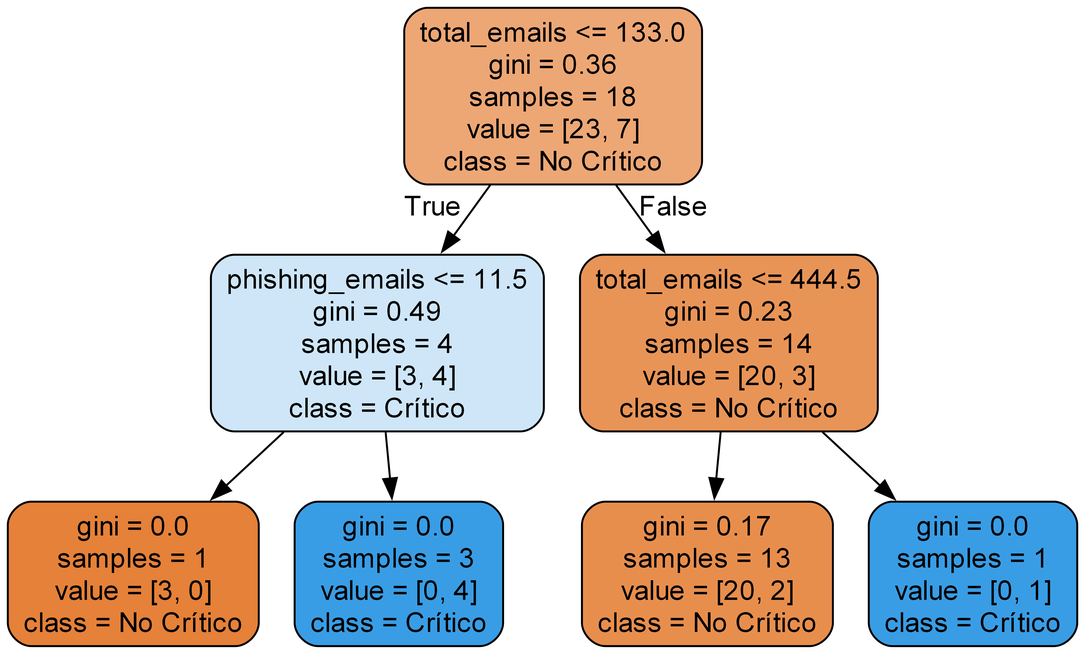
The Graphviz diagram tree_6.png in adrianAntonP/practica2-SI, before a commit. Its source is kept beside it as tree_6.dot. Its diagram source:
```dot
digraph Tree {
node [shape=box, style="filled, rounded", color="black", fontname="helvetica"] ;
edge [fontname="helvetica"] ;
0 [label="total_emails <= 133.0\ngini = 0.36\nsamples = 18\nvalue = [23, 7]\nclass = No Crítico", fillcolor="#eda775"] ;
1 [label="phishing_emails <= 11.5\ngini = 0.49\nsamples = 4\nvalue = [3, 4]\nclass = Crítico", fillcolor="#cee6f8"] ;
0 -> 1 [labeldistance=2.5, labelangle=45, headlabel="True"] ;
2 [label="gini = 0.0\nsamples = 1\nvalue = [3, 0]\nclass = No Crítico", fillcolor="#e58139"] ;
1 -> 2 ;
3 [label="gini = 0.0\nsamples = 3\nvalue = [0, 4]\nclass = Crítico", fillcolor="#399de5"] ;
1 -> 3 ;
4 [label="total_emails <= 444.5\ngini = 0.23\nsamples = 14\nvalue = [20, 3]\nclass = No Crítico", fillcolor="#e99457"] ;
0 -> 4 [labeldistance=2.5, labelangle=-45, headlabel="False"] ;
5 [label="gini = 0.17\nsamples = 13\nvalue = [20, 2]\nclass = No Crítico", fillcolor="#e88e4d"] ;
4 -> 5 ;
6 [label="gini = 0.0\nsamples = 1\nvalue = [0, 1]\nclass = Crítico", fillcolor="#399de5"] ;
4 -> 6 ;
}
```
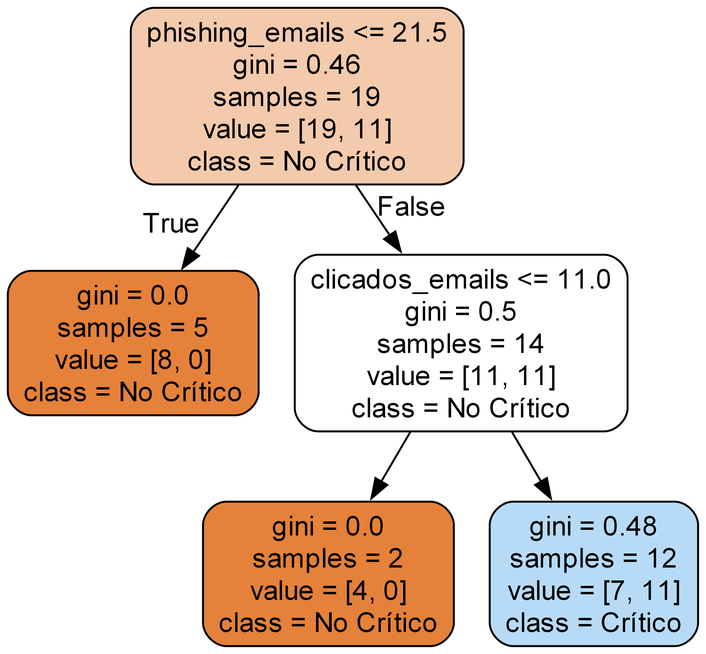
After the commit.

Diff of the diagram source:
```diff
@@ -1,17 +1,13 @@
 digraph Tree {
 node [shape=box, style="filled, rounded", color="black", fontname="helvetica"] ;
 edge [fontname="helvetica"] ;
-0 [label="total_emails <= 133.0\ngini = 0.36\nsamples = 18\nvalue = [23, 7]\nclass = No Crítico", fillcolor="#eda775"] ;
-1 [label="phishing_emails <= 11.5\ngini = 0.49\nsamples = 4\nvalue = [3, 4]\nclass = Crítico", fillcolor="#cee6f8"] ;
+0 [label="phishing_emails <= 21.5\ngini = 0.46\nsamples = 19\nvalue = [19, 11]\nclass = No Crítico", fillcolor="#f4caac"] ;
+1 [label="gini = 0.0\nsamples = 5\nvalue = [8, 0]\nclass = No Crítico", fillcolor="#e58139"] ;
 0 -> 1 [labeldistance=2.5, labelangle=45, headlabel="True"] ;
-2 [label="gini = 0.0\nsamples = 1\nvalue = [3, 0]\nclass = No Crítico", fillcolor="#e58139"] ;
-1 -> 2 ;
-3 [label="gini = 0.0\nsamples = 3\nvalue = [0, 4]\nclass = Crítico", fillcolor="#399de5"] ;
-1 -> 3 ;
-4 [label="total_emails <= 444.5\ngini = 0.23\nsamples = 14\nvalue = [20, 3]\nclass = No Crítico", fillcolor="#e99457"] ;
-0 -> 4 [labeldistance=2.5, labelangle=-45, headlabel="False"] ;
-5 [label="gini = 0.17\nsamples = 13\nvalue = [20, 2]\nclass = No Crítico", fillcolor="#e88e4d"] ;
-4 -> 5 ;
-6 [label="gini = 0.0\nsamples = 1\nvalue = [0, 1]\nclass = Crítico", fillcolor="#399de5"] ;
-4 -> 6 ;
+2 [label="clicados_emails <= 11.0\ngini = 0.5\nsamples = 14\nvalue = [11, 11]\nclass = No Crítico", fillcolor="#ffffff"] ;
+0 -> 2 [labeldistance=2.5, labelangle=-45, headlabel="False"] ;
+3 [label="gini = 0.0\nsamples = 2\nvalue = [4, 0]\nclass = No Crítico", fillcolor="#e58139"] ;
+2 -> 3 ;
+4 [label="gini = 0.48\nsamples = 12\nvalue = [7, 11]\nclass = Crítico", fillcolor="#b7dbf6"] ;
+2 -> 4 ;
 }
```
